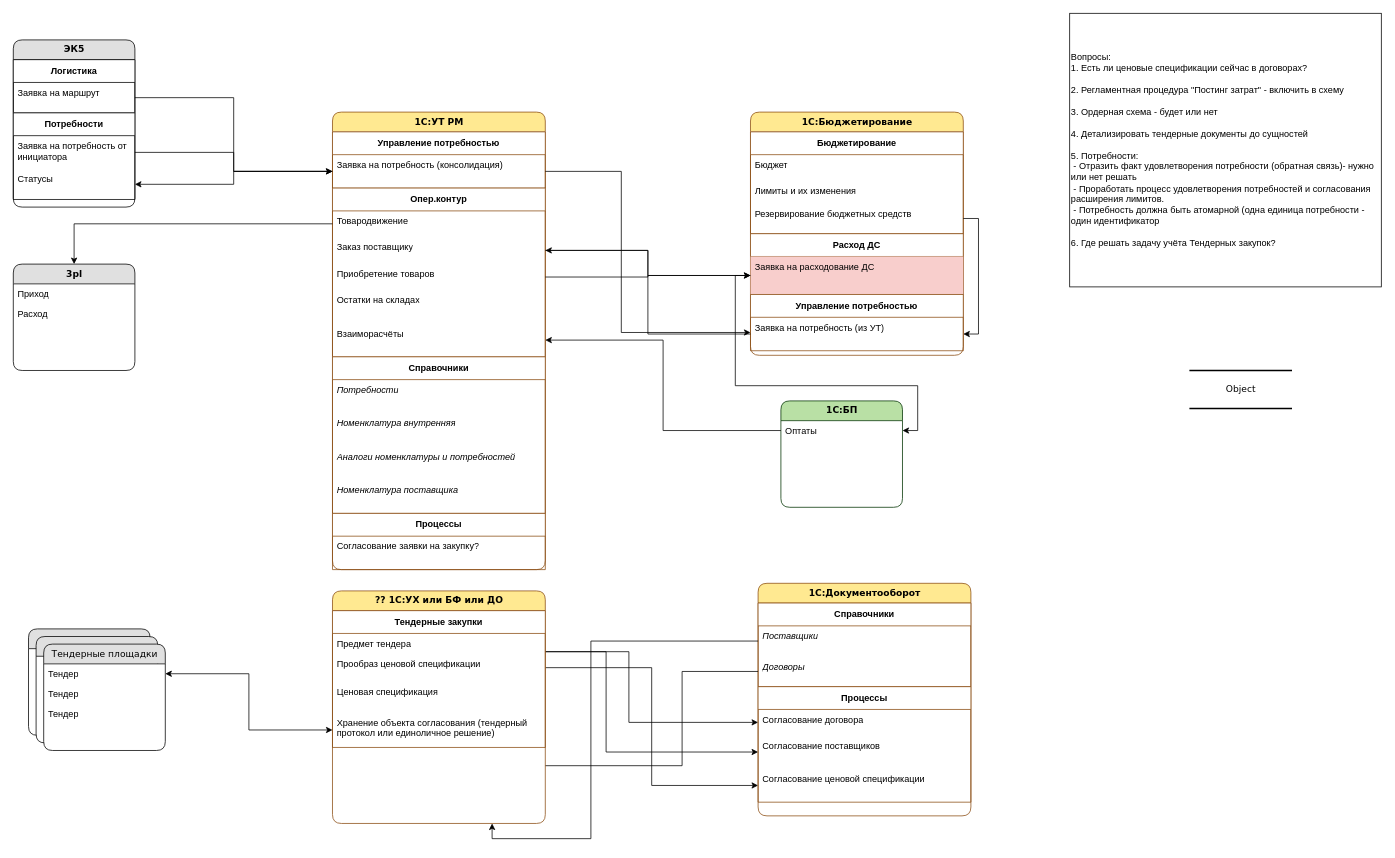
mih-ap/dwaw.io keeps this draw.io diagram as Диаграмма без названия.drawio. Above is the earlier version. Source tidied: cells renumbered, new cells numbered last; positions are measured from the earlier drawing's top-left corner, leaving out a move shared by most shapes. Both pictures are drawn from the tidied source at 76%, with x=0, y=0 at pixel (13, 13).
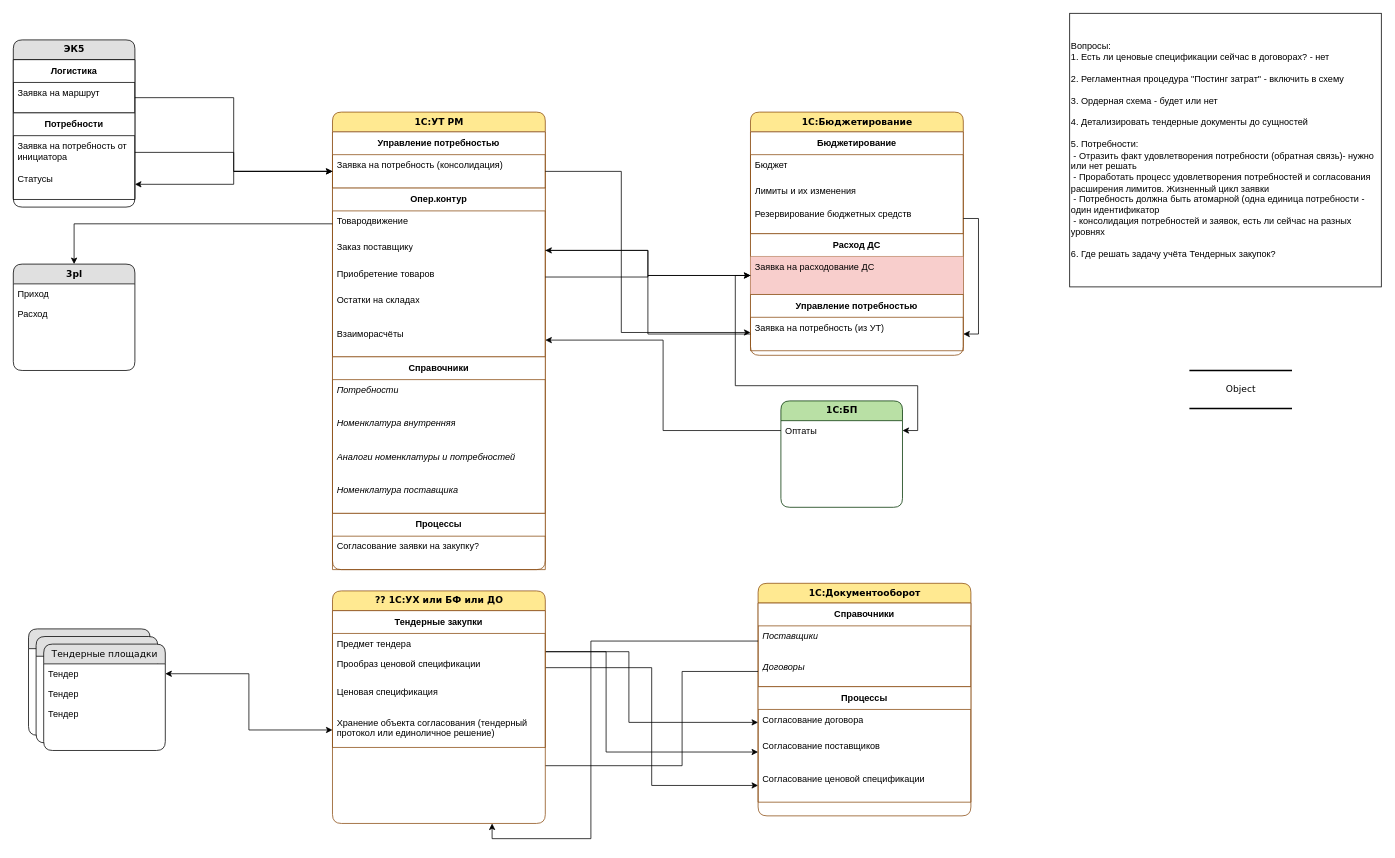
After the change.

Change to the diagram source:
```diff
@@
-    <mxCell id="48" value="Вопросы:&lt;br&gt;1. Есть ли ценовые спецификации сейчас в договорах?&lt;br&gt;&lt;br&gt;2. Регламентная процедура &quot;Постинг затрат&quot; - включить в схему&lt;br&gt;&lt;br&gt;3. Ордерная схема - будет или нет&lt;br&gt;&lt;br&gt;4. Детализировать тендерные документы до сущностей&lt;br&gt;&lt;br&gt;5. Потребности:&lt;br&gt;&amp;nbsp;- Отразить факт удовлетворения потребности (обратная связь)- нужно или нет решать&lt;br&gt;&amp;nbsp;- Проработать процесс удовлетворения потребностей и согласования расширения лимитов. &lt;br&gt;&amp;nbsp;- Потребность должна быть атомарной (одна единица потребности - один идентификатор&lt;br&gt;&lt;br&gt;6. Где решать задачу учёта Тендерных закупок?" style="rounded=0;whiteSpace=wrap;html=1;align=left;" parent="1" vertex="1">
+    <mxCell id="48" value="Вопросы:&lt;br&gt;1. Есть ли ценовые спецификации сейчас в договорах? - нет&lt;br&gt;&lt;br&gt;2. Регламентная процедура &quot;Постинг затрат&quot; - включить в схему&lt;br&gt;&lt;br&gt;3. Ордерная схема - будет или нет&lt;br&gt;&lt;br&gt;4. Детализировать тендерные документы до сущностей&lt;br&gt;&lt;br&gt;5. Потребности:&lt;br&gt;&amp;nbsp;- Отразить факт удовлетворения потребности (обратная связь)- нужно или нет решать&lt;br&gt;&amp;nbsp;- Проработать процесс удовлетворения потребностей и согласования расширения лимитов. Жизненный цикл заявки&lt;br&gt;&amp;nbsp;- Потребность должна быть атомарной (одна единица потребности - один идентификатор&lt;br&gt;&amp;nbsp;- консолидация потребностей и заявок, есть ли сейчас на разных уровнях&lt;br&gt;&lt;br&gt;6. Где решать задачу учёта Тендерных закупок?" style="rounded=0;whiteSpace=wrap;html=1;align=left;" parent="1" vertex="1">
       <mxGeometry x="1390" width="410" height="360" as="geometry" />
     </mxCell>
```
